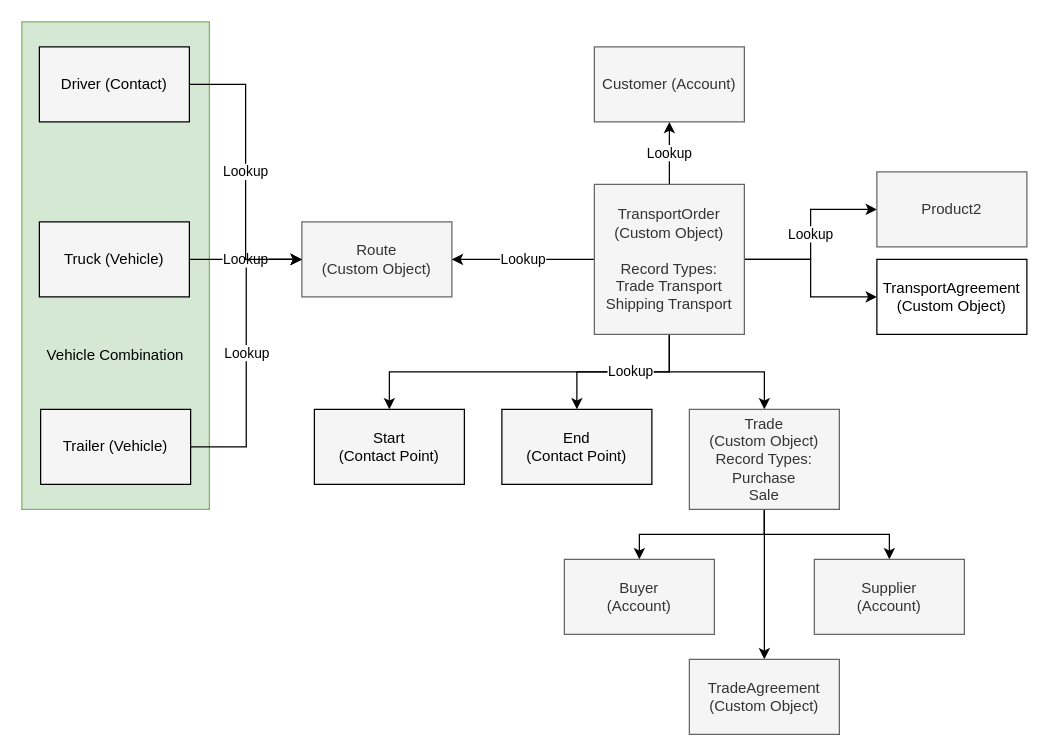
Above: 20211102_RhenusDataModel.drawio in GerkeBF/GerkeBF.github.io (draw.io), before the change. Source tidied: cells renumbered, new cells numbered last; positions are measured from the earlier drawing's top-left corner, leaving out a move shared by most shapes. Both pictures are drawn from the tidied source at 125%, with x=0, y=0 at pixel (21, 21).
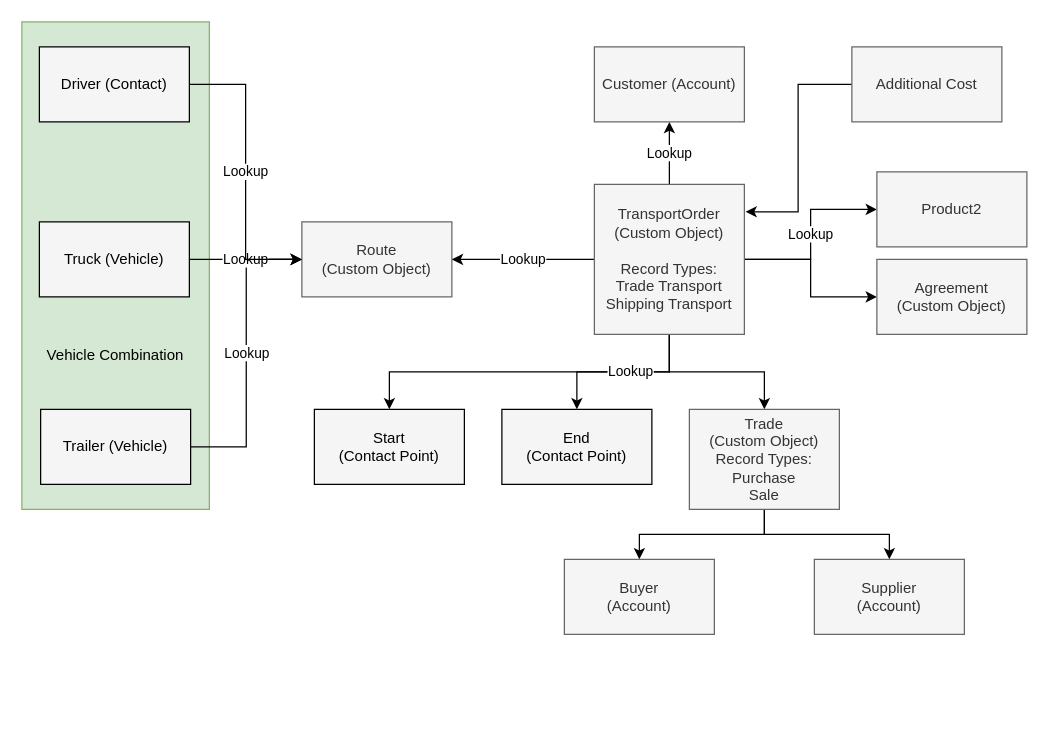
Above is the later version.

Unchanged cells that the change refers to:
```xml
<mxCell id="12" value="TransportOrder&lt;br&gt;(Custom Object)&lt;br&gt;&lt;br&gt;Record Types:&lt;br&gt;Trade Transport&lt;br&gt;Shipping Transport&lt;br&gt;" style="rounded=0;whiteSpace=wrap;html=1;fillColor=#f5f5f5;fontColor=#333333;strokeColor=#666666;" parent="1" vertex="1">
  <mxGeometry x="458" y="130" width="120" height="120" as="geometry" />
</mxCell>
<mxCell id="26" value="Trade&lt;br&gt;(Custom Object)&lt;br&gt;Record Types:&lt;br&gt;Purchase&lt;br&gt;Sale" style="rounded=0;whiteSpace=wrap;html=1;fillColor=#f5f5f5;fontColor=#333333;strokeColor=#666666;" parent="1" vertex="1">
  <mxGeometry x="534" y="310" width="120" height="80" as="geometry" />
</mxCell>
```

Change to the diagram source:
```diff
@@
-    <mxCell id="22" value="TransportAgreement&lt;br&gt;(Custom Object)" style="rounded=0;whiteSpace=wrap;html=1;" parent="1" vertex="1">
+    <mxCell id="22" value="Agreement&lt;br&gt;(Custom Object)" style="rounded=0;whiteSpace=wrap;html=1;fillColor=#f5f5f5;fontColor=#333333;strokeColor=#666666;" parent="1" vertex="1">
       <mxGeometry x="684" y="190" width="120" height="60" as="geometry" />
     </mxCell>
@@
-    <mxCell id="24" style="edgeStyle=orthogonalEdgeStyle;rounded=0;jettySize=auto;html=1;exitX=0.5;exitY=1;exitDx=0;exitDy=0;entryX=0.5;entryY=0;entryDx=0;entryDy=0;strokeColor=default;labelBackgroundColor=default;fontColor=default;" parent="1" edge="1" source="26" target="29">
-      <mxGeometry relative="1" as="geometry" />
-    </mxCell>
@@
-    <mxCell id="29" value="TradeAgreement&lt;br&gt;(Custom Object)" style="rounded=0;whiteSpace=wrap;html=1;fillColor=#f5f5f5;fontColor=#333333;strokeColor=#666666;" parent="1" vertex="1">
-      <mxGeometry x="534" y="510" width="120" height="60" as="geometry" />
-    </mxCell>
+    <mxCell id="30" style="edgeStyle=orthogonalEdgeStyle;rounded=0;jettySize=auto;html=1;exitX=0;exitY=0.5;exitDx=0;exitDy=0;entryX=1.008;entryY=0.183;entryDx=0;entryDy=0;entryPerimeter=0;" parent="1" edge="1" source="31" target="12">
+      <mxGeometry relative="1" as="geometry" />
+    </mxCell>
+    <mxCell id="31" value="Additional Cost" style="rounded=0;whiteSpace=wrap;html=1;fillColor=#f5f5f5;fontColor=#333333;strokeColor=#666666;" parent="1" vertex="1">
+      <mxGeometry x="664" y="20" width="120" height="60" as="geometry" />
+    </mxCell>
```
